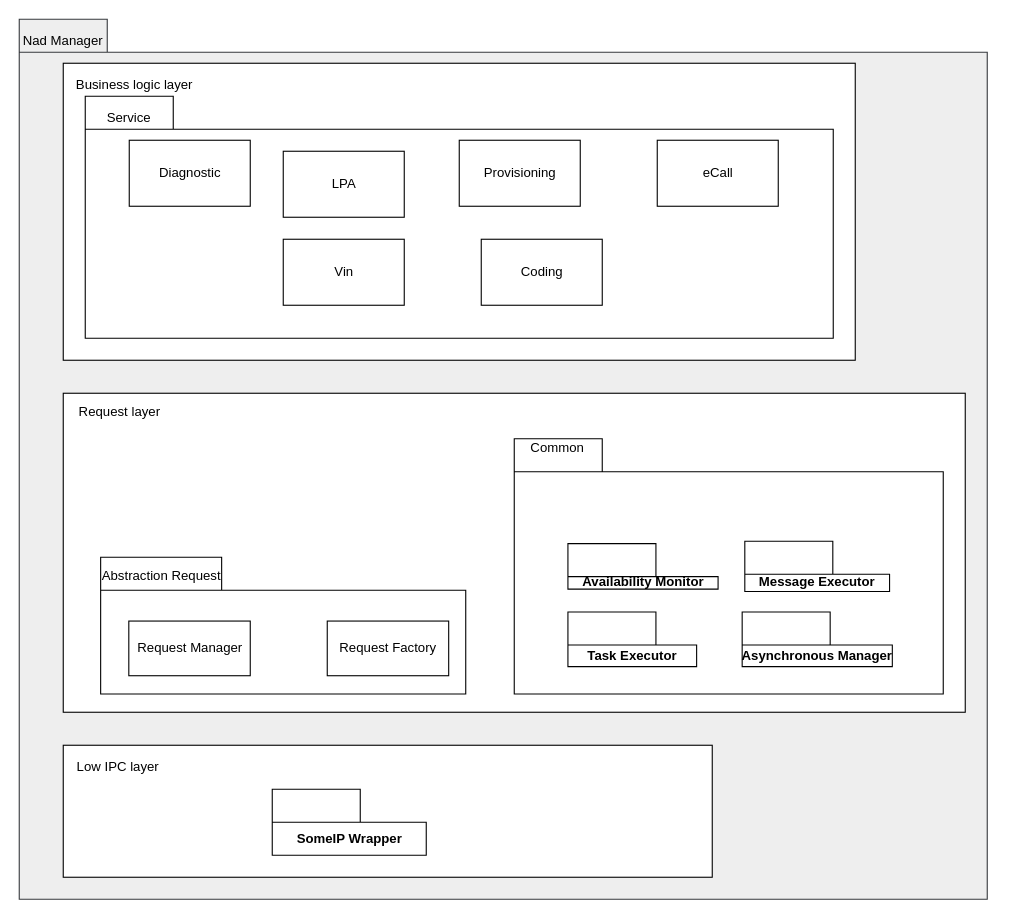
This is page "Overalnadmanager" (1 of 5) of doc/SA cert/Design/nadmanager.drawio from taikt/codefun, a draw.io file, before an edit. Source tidied: cells renumbered, new cells numbered last; positions are measured from the earlier drawing's top-left corner, leaving out a move shared by most shapes. Both pictures are drawn from the tidied source at 110%, with x=0, y=0 at pixel (19, 19).
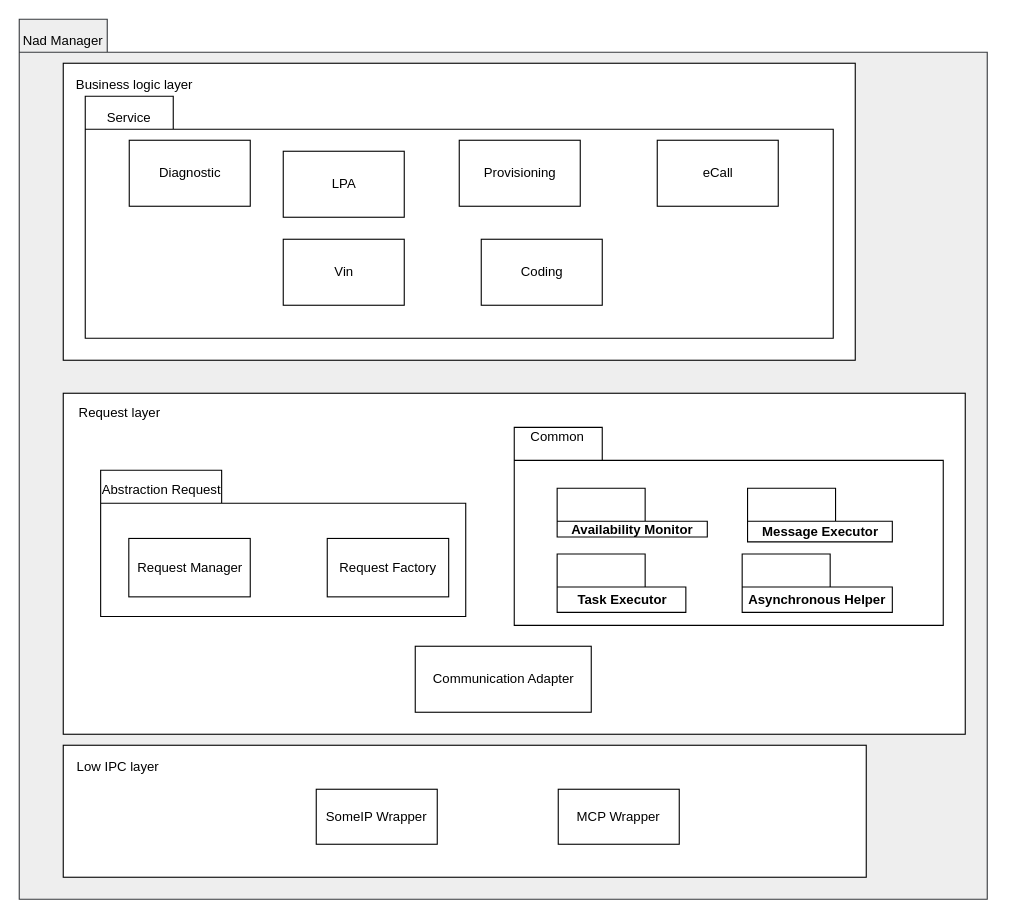
After the change.

Change to the diagram source:
```diff
@@
     <mxCell id="15" style="group;" parent="1" vertex="1">
-      <mxGeometry x="40" y="340" width="820" height="290" as="geometry" />
+      <mxGeometry x="40" y="340" width="820" height="310" as="geometry" />
     </mxCell>
     <mxCell id="16" style="rounded=0;whiteSpace=wrap;html=1;" parent="15" vertex="1">
-      <mxGeometry width="820" height="290" as="geometry" />
+      <mxGeometry width="820" height="310" as="geometry" />
     </mxCell>
+    <mxCell id="24" value="Request layer" style="text;html=1;strokeColor=none;fillColor=none;align=center;verticalAlign=middle;whiteSpace=wrap;rounded=0;" parent="15" vertex="1">
+      <mxGeometry x="8.5" y="8.9" width="85.1" height="17.7" as="geometry" />
+    </mxCell>
+    <mxCell id="25" style="shape=folder;fontStyle=1;tabWidth=110;tabHeight=30;tabPosition=left;html=1;boundedLbl=1;fillColor=#ffffff;" parent="15" vertex="1">
+      <mxGeometry x="34" y="70" width="331.9" height="132.9" as="geometry" />
+    </mxCell>
+    <mxCell id="26" value="Abstraction Request" style="text;html=1;strokeColor=none;fillColor=none;align=center;verticalAlign=middle;whiteSpace=wrap;rounded=0;" parent="15" vertex="1">
+      <mxGeometry x="34" y="78.9" width="110.6" height="17.7" as="geometry" />
+    </mxCell>
+    <mxCell id="27" value="Request Manager" style="html=1;" parent="15" vertex="1">
+      <mxGeometry x="59.6" y="132" width="110.4" height="53.1" as="geometry" />
+    </mxCell>
+    <mxCell id="28" value="Request Factory" style="html=1;" parent="15" vertex="1">
+      <mxGeometry x="240" y="132" width="110.4" height="53.1" as="geometry" />
+    </mxCell>
     <mxCell id="17" style="group;" parent="15" vertex="1">
-      <mxGeometry x="410" y="41.4" width="390" height="232" as="geometry" />
+      <mxGeometry x="410" y="31" width="390" height="248" as="geometry" />
     </mxCell>
     <mxCell id="18" style="shape=folder;fontStyle=1;tabWidth=80;tabHeight=30;tabPosition=left;html=1;boundedLbl=1;" parent="17" vertex="1">
-      <mxGeometry width="390" height="232" as="geometry" />
+      <mxGeometry width="390" height="180" as="geometry" />
     </mxCell>
     <mxCell id="19" value="Common" style="text;html=1;strokeColor=none;fillColor=none;align=center;verticalAlign=middle;whiteSpace=wrap;rounded=0;" parent="17" vertex="1">
-      <mxGeometry x="19.5" width="39" height="16.6" as="geometry" />
+      <mxGeometry x="19.5" width="39" height="17.7" as="geometry" />
     </mxCell>
     <mxCell id="20" value="Task Executor" style="shape=folder;fontStyle=1;tabWidth=80;tabHeight=30;tabPosition=left;html=1;boundedLbl=1;" parent="17" vertex="1">
-      <mxGeometry x="48.8" y="157.4" width="117" height="49.7" as="geometry" />
+      <mxGeometry x="39" y="115.1" width="117" height="53.1" as="geometry" />
     </mxCell>
-    <mxCell id="21" value="Asynchronous Manager" style="shape=folder;fontStyle=1;tabWidth=80;tabHeight=30;tabPosition=left;html=1;boundedLbl=1;" parent="17" vertex="1">
-      <mxGeometry x="207.2" y="157.4" width="136.5" height="49.7" as="geometry" />
+    <mxCell id="21" value="Asynchronous Helper" style="shape=folder;fontStyle=1;tabWidth=80;tabHeight=30;tabPosition=left;html=1;boundedLbl=1;" parent="17" vertex="1">
+      <mxGeometry x="207.2" y="115.1" width="136.5" height="53.1" as="geometry" />
     </mxCell>
     <mxCell id="22" value="Availability Monitor" style="shape=folder;fontStyle=1;tabWidth=80;tabHeight=30;tabPosition=left;html=1;boundedLbl=1;" parent="17" vertex="1">
-      <mxGeometry x="48.8" y="95.3" width="136.5" height="41.4" as="geometry" />
+      <mxGeometry x="39" y="55.4" width="136.5" height="44.3" as="geometry" />
     </mxCell>
     <mxCell id="23" value="Message Executor" style="shape=folder;fontStyle=1;tabWidth=80;tabHeight=30;tabPosition=left;html=1;boundedLbl=1;" parent="17" vertex="1">
-      <mxGeometry x="209.6" y="93.2" width="131.6" height="45.6" as="geometry" />
+      <mxGeometry x="212.1" y="55.4" width="131.6" height="48.7" as="geometry" />
     </mxCell>
-    <mxCell id="24" value="Request layer" style="text;html=1;strokeColor=none;fillColor=none;align=center;verticalAlign=middle;whiteSpace=wrap;rounded=0;" parent="15" vertex="1">
-      <mxGeometry x="8.5" y="8.3" width="85.1" height="16.6" as="geometry" />
-    </mxCell>
-    <mxCell id="25" style="shape=folder;fontStyle=1;tabWidth=110;tabHeight=30;tabPosition=left;html=1;boundedLbl=1;fillColor=#ffffff;" parent="15" vertex="1">
-      <mxGeometry x="34" y="149.1" width="331.9" height="124.3" as="geometry" />
-    </mxCell>
-    <mxCell id="26" value="Abstraction Request" style="text;html=1;strokeColor=none;fillColor=none;align=center;verticalAlign=middle;whiteSpace=wrap;rounded=0;" parent="15" vertex="1">
-      <mxGeometry x="34" y="157.4" width="110.6" height="16.6" as="geometry" />
-    </mxCell>
-    <mxCell id="27" value="Request Manager" style="html=1;" parent="15" vertex="1">
-      <mxGeometry x="59.6" y="207.1" width="110.4" height="49.7" as="geometry" />
-    </mxCell>
-    <mxCell id="28" value="Request Factory" style="html=1;" parent="15" vertex="1">
-      <mxGeometry x="240" y="207.1" width="110.4" height="49.7" as="geometry" />
-    </mxCell>
+    <mxCell id="33" value="Communication Adapter" style="html=1;" parent="15" vertex="1">
+      <mxGeometry x="320" y="230" width="160" height="60" as="geometry" />
+    </mxCell>
     <mxCell id="29" style="group;" parent="1" vertex="1">
-      <mxGeometry x="40" y="660" width="590" height="120" as="geometry" />
+      <mxGeometry x="40" y="660" width="730" height="120" as="geometry" />
     </mxCell>
     <mxCell id="30" style="rounded=0;whiteSpace=wrap;html=1;" parent="29" vertex="1">
-      <mxGeometry width="590" height="120" as="geometry" />
+      <mxGeometry width="730" height="120" as="geometry" />
     </mxCell>
+    <mxCell id="32" value="Low IPC layer" style="text;html=1;strokeColor=none;fillColor=none;align=center;verticalAlign=middle;whiteSpace=wrap;rounded=0;" parent="29" vertex="1">
+      <mxGeometry y="10" width="100" height="20" as="geometry" />
+    </mxCell>
-    <mxCell id="31" value="SomeIP Wrapper" style="shape=folder;fontStyle=1;tabWidth=80;tabHeight=30;tabPosition=left;html=1;boundedLbl=1;" parent="29" vertex="1">
-      <mxGeometry x="190" y="40" width="140" height="60" as="geometry" />
+    <mxCell id="31" value="SomeIP Wrapper" style="rounded=0;whiteSpace=wrap;html=1;" parent="29" vertex="1">
+      <mxGeometry x="230" y="40" width="110" height="50" as="geometry" />
     </mxCell>
-    <mxCell id="32" value="Low IPC layer" style="text;html=1;strokeColor=none;fillColor=none;align=center;verticalAlign=middle;whiteSpace=wrap;rounded=0;" parent="29" vertex="1">
-      <mxGeometry y="10" width="100" height="20" as="geometry" />
-    </mxCell>
+    <mxCell id="34" value="MCP Wrapper" style="rounded=0;whiteSpace=wrap;html=1;" parent="29" vertex="1">
+      <mxGeometry x="450" y="40" width="110" height="50" as="geometry" />
+    </mxCell>
```
